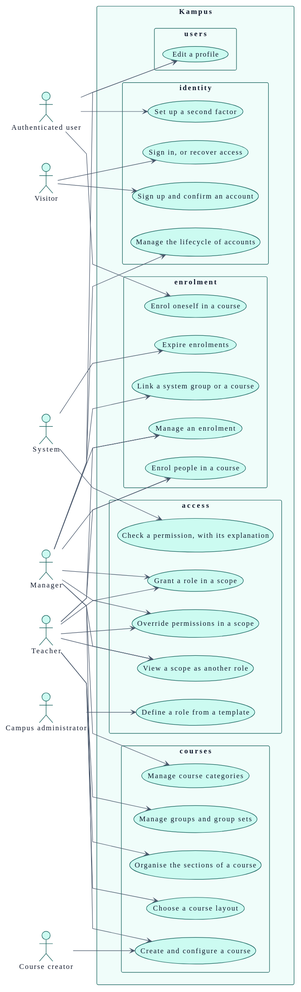
This is docs/01-requirements/use-case-overview.svg from didactika/kampus, a PlantUML export, as it was before one commit.
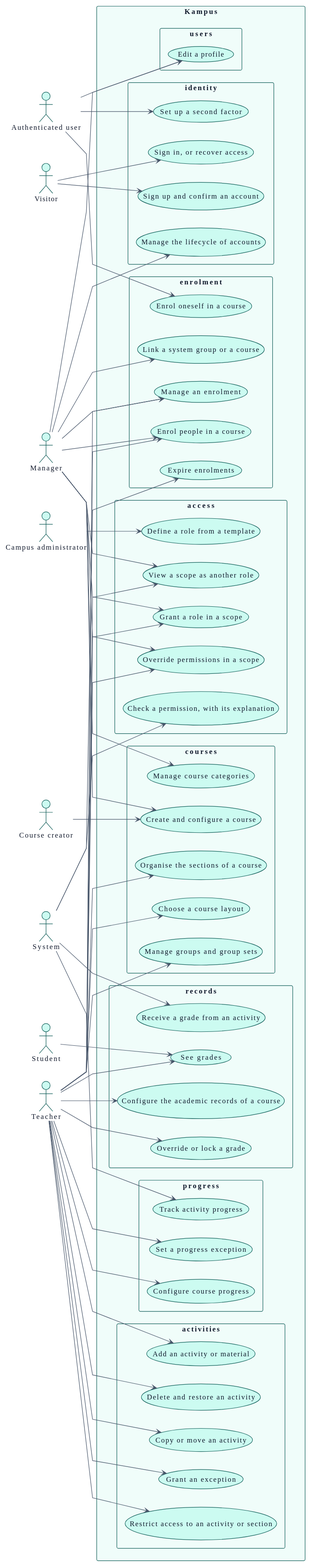
The same file after the commit.

Diff of the diagram source:
```diff
@@ -110,6 +110,7 @@
 actor "Campus administrator" as A_Campus_administrator
 actor "Course creator" as A_Course_creator
 actor "Manager" as A_Manager
+actor "Student" as A_Student
 actor "System" as A_System
 actor "Teacher" as A_Teacher
 actor "Visitor" as A_Visitor
@@ -145,6 +146,24 @@
     usecase "Link a system group or a course" as UC_linkEnrolmentSource
     usecase "Expire enrolments" as UC_expireEnrolments
   }
+  package "activities" {
+    usecase "Add an activity or material" as UC_addActivity
+    usecase "Restrict access to an activity or section" as UC_restrictAccess
+    usecase "Grant an exception" as UC_grantException
+    usecase "Copy or move an activity" as UC_copyActivity
+    usecase "Delete and restore an activity" as UC_deleteActivity
+  }
+  package "records" {
+    usecase "Receive a grade from an activity" as UC_receiveGrade
+    usecase "Configure the academic records of a course" as UC_configureRecords
+    usecase "Override or lock a grade" as UC_overrideGrade
+    usecase "See grades" as UC_viewGrades
+  }
+  package "progress" {
+    usecase "Track activity progress" as UC_trackActivityProgress
+    usecase "Configure course progress" as UC_configureCourseProgress
+    usecase "Set a progress exception" as UC_setProgressException
+  }
 }
 
 A_Manager --> UC_grantRole
@@ -174,4 +193,17 @@
 A_Manager --> UC_manageEnrolment
 A_Manager --> UC_linkEnrolmentSource
 A_System --> UC_expireEnrolments
+A_Teacher --> UC_addActivity
+A_Teacher --> UC_restrictAccess
+A_Teacher --> UC_grantException
+A_Teacher --> UC_copyActivity
+A_Teacher --> UC_deleteActivity
+A_System --> UC_receiveGrade
+A_Teacher --> UC_configureRecords
+A_Teacher --> UC_overrideGrade
+A_Student --> UC_viewGrades
+A_Teacher --> UC_viewGrades
+A_System --> UC_trackActivityProgress
+A_Teacher --> UC_configureCourseProgress
+A_Teacher --> UC_setProgressException
 @enduml
```
